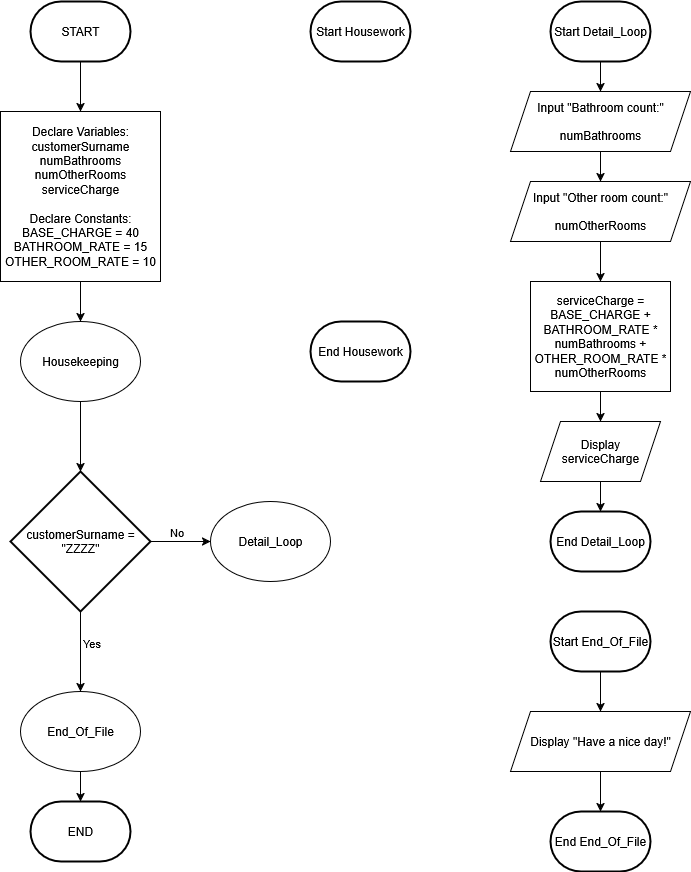
The draw.io diagram Mod2_Ex8_Flowchart.drawio.png in CBowles10/SDEV_120_FALL2025_CBOWLES, before a commit. Source tidied: cells renumbered, new cells last; positions are measured from the earlier drawing's top-left corner, leaving out a move shared by most shapes.
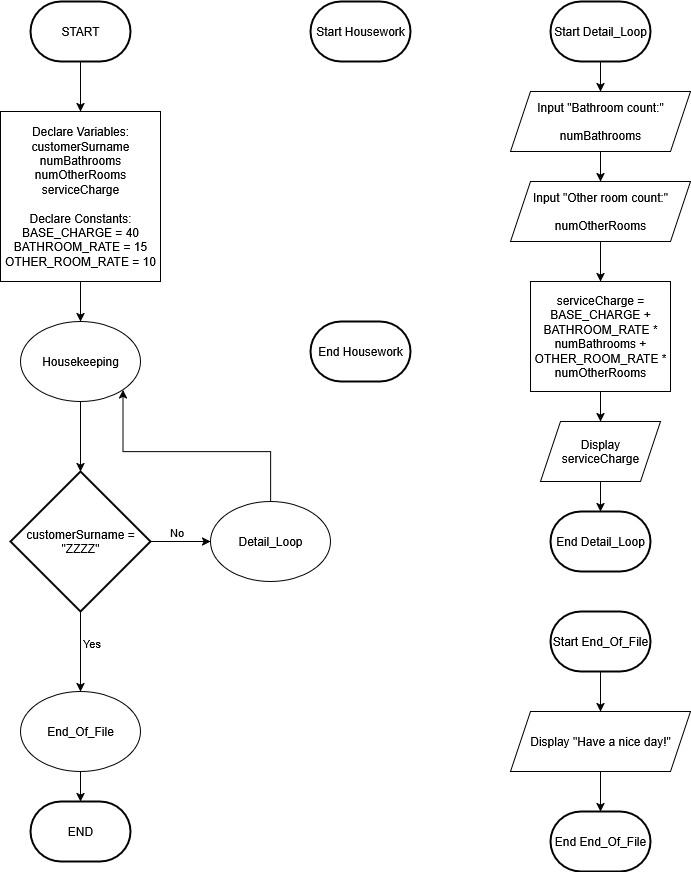
The same file after the commit.

What changed in the source:
```diff
@@ -30,6 +30,9 @@
     <mxCell id="9" value="customerSurname = &quot;ZZZZ&quot;" style="strokeWidth=2;html=1;shape=mxgraph.flowchart.decision;whiteSpace=wrap;" parent="1" vertex="1">
       <mxGeometry x="10" y="470" width="140" height="140" as="geometry" />
     </mxCell>
+    <mxCell id="36" style="edgeStyle=orthogonalEdgeStyle;rounded=0;jettySize=auto;html=1;exitX=0.5;exitY=0;exitDx=0;exitDy=0;entryX=1;entryY=1;entryDx=0;entryDy=0;" parent="1" edge="1" source="10" target="24">
+      <mxGeometry relative="1" as="geometry" />
+    </mxCell>
     <mxCell id="10" value="Detail_Loop" style="ellipse;whiteSpace=wrap;html=1;" parent="1" vertex="1">
       <mxGeometry x="210" y="500" width="120" height="80" as="geometry" />
     </mxCell>
```
